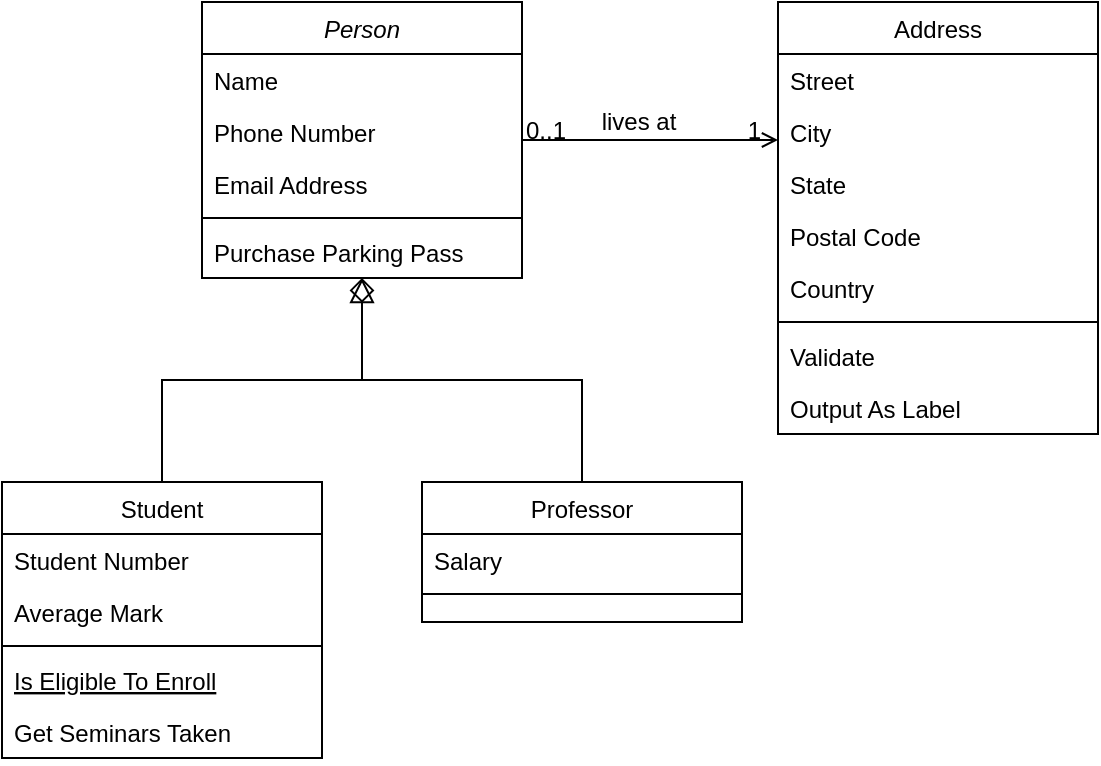
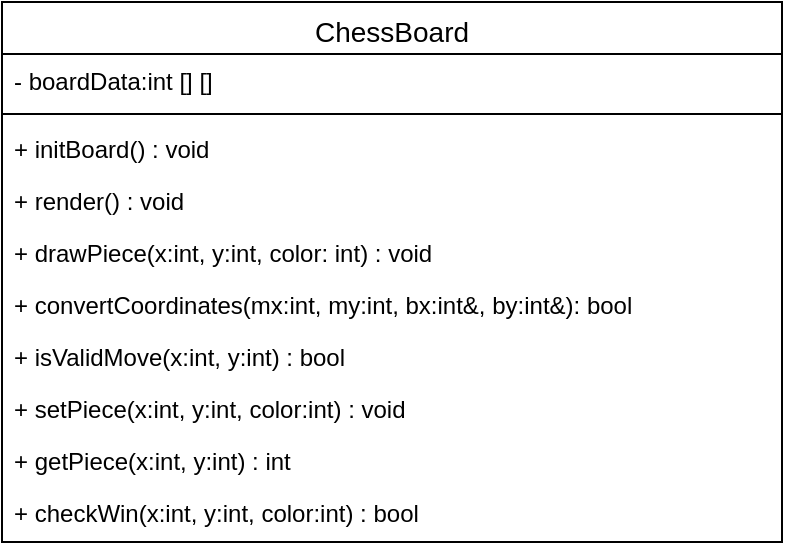
<mxfile host="app.diagrams.net">
  <diagram id="C5RBs43oDa-KdzZeNtuy" name="Page-1">
-     <mxGraphModel dx="1201" dy="825" grid="1" gridSize="10" guides="1" tooltips="1" connect="1" arrows="1" fold="1" page="1" pageScale="1" pageWidth="827" pageHeight="1169" math="0" shadow="0">
+     <mxGraphModel dx="816" dy="851" grid="1" gridSize="10" guides="1" tooltips="1" connect="1" arrows="1" fold="1" page="1" pageScale="1" pageWidth="827" pageHeight="1169" math="0" shadow="0">
      <root>
        <mxCell id="WIyWlLk6GJQsqaUBKTNV-0" />
        <mxCell id="WIyWlLk6GJQsqaUBKTNV-1" parent="WIyWlLk6GJQsqaUBKTNV-0" />
-         <mxCell id="zkfFHV4jXpPFQw0GAbJ--0" parent="WIyWlLk6GJQsqaUBKTNV-1" style="swimlane;fontStyle=2;align=center;verticalAlign=top;childLayout=stackLayout;horizontal=1;startSize=26;horizontalStack=0;resizeParent=1;resizeLast=0;collapsible=1;marginBottom=0;rounded=0;shadow=0;strokeWidth=1;" value="Person" vertex="1">
-           <mxGeometry height="138" width="160" x="220" y="120" as="geometry">
-             <mxRectangle height="26" width="160" x="230" y="140" as="alternateBounds" />
-           </mxGeometry>
-         </mxCell>
-         <mxCell id="zkfFHV4jXpPFQw0GAbJ--1" parent="zkfFHV4jXpPFQw0GAbJ--0" style="text;align=left;verticalAlign=top;spacingLeft=4;spacingRight=4;overflow=hidden;rotatable=0;points=[[0,0.5],[1,0.5]];portConstraint=eastwest;" value="Name" vertex="1">
-           <mxGeometry height="26" width="160" y="26" as="geometry" />
-         </mxCell>
-         <mxCell id="zkfFHV4jXpPFQw0GAbJ--2" parent="zkfFHV4jXpPFQw0GAbJ--0" style="text;align=left;verticalAlign=top;spacingLeft=4;spacingRight=4;overflow=hidden;rotatable=0;points=[[0,0.5],[1,0.5]];portConstraint=eastwest;rounded=0;shadow=0;html=0;" value="Phone Number" vertex="1">
-           <mxGeometry height="26" width="160" y="52" as="geometry" />
-         </mxCell>
-         <mxCell id="zkfFHV4jXpPFQw0GAbJ--3" parent="zkfFHV4jXpPFQw0GAbJ--0" style="text;align=left;verticalAlign=top;spacingLeft=4;spacingRight=4;overflow=hidden;rotatable=0;points=[[0,0.5],[1,0.5]];portConstraint=eastwest;rounded=0;shadow=0;html=0;" value="Email Address" vertex="1">
-           <mxGeometry height="26" width="160" y="78" as="geometry" />
-         </mxCell>
-         <mxCell id="zkfFHV4jXpPFQw0GAbJ--4" parent="zkfFHV4jXpPFQw0GAbJ--0" style="line;html=1;strokeWidth=1;align=left;verticalAlign=middle;spacingTop=-1;spacingLeft=3;spacingRight=3;rotatable=0;labelPosition=right;points=[];portConstraint=eastwest;" value="" vertex="1">
-           <mxGeometry height="8" width="160" y="104" as="geometry" />
-         </mxCell>
-         <mxCell id="zkfFHV4jXpPFQw0GAbJ--5" parent="zkfFHV4jXpPFQw0GAbJ--0" style="text;align=left;verticalAlign=top;spacingLeft=4;spacingRight=4;overflow=hidden;rotatable=0;points=[[0,0.5],[1,0.5]];portConstraint=eastwest;" value="Purchase Parking Pass" vertex="1">
-           <mxGeometry height="26" width="160" y="112" as="geometry" />
-         </mxCell>
-         <mxCell id="zkfFHV4jXpPFQw0GAbJ--6" parent="WIyWlLk6GJQsqaUBKTNV-1" style="swimlane;fontStyle=0;align=center;verticalAlign=top;childLayout=stackLayout;horizontal=1;startSize=26;horizontalStack=0;resizeParent=1;resizeLast=0;collapsible=1;marginBottom=0;rounded=0;shadow=0;strokeWidth=1;" value="Student" vertex="1">
-           <mxGeometry height="138" width="160" x="120" y="360" as="geometry">
+         <mxCell id="zkfFHV4jXpPFQw0GAbJ--6" parent="WIyWlLk6GJQsqaUBKTNV-1" style="swimlane;fontStyle=0;align=center;verticalAlign=top;childLayout=stackLayout;horizontal=1;startSize=26;horizontalStack=0;resizeParent=1;resizeLast=0;collapsible=1;marginBottom=0;rounded=0;shadow=0;strokeWidth=1;fontSize=14;" value="ChessBoard" vertex="1">
+           <mxGeometry height="270" width="390" x="120" y="360" as="geometry">
            <mxRectangle height="26" width="160" x="130" y="380" as="alternateBounds" />
          </mxGeometry>
        </mxCell>
-         <mxCell id="zkfFHV4jXpPFQw0GAbJ--7" parent="zkfFHV4jXpPFQw0GAbJ--6" style="text;align=left;verticalAlign=top;spacingLeft=4;spacingRight=4;overflow=hidden;rotatable=0;points=[[0,0.5],[1,0.5]];portConstraint=eastwest;" value="Student Number" vertex="1">
-           <mxGeometry height="26" width="160" y="26" as="geometry" />
-         </mxCell>
-         <mxCell id="zkfFHV4jXpPFQw0GAbJ--8" parent="zkfFHV4jXpPFQw0GAbJ--6" style="text;align=left;verticalAlign=top;spacingLeft=4;spacingRight=4;overflow=hidden;rotatable=0;points=[[0,0.5],[1,0.5]];portConstraint=eastwest;rounded=0;shadow=0;html=0;" value="Average Mark" vertex="1">
-           <mxGeometry height="26" width="160" y="52" as="geometry" />
+         <mxCell id="zkfFHV4jXpPFQw0GAbJ--7" parent="zkfFHV4jXpPFQw0GAbJ--6" style="text;align=left;verticalAlign=top;spacingLeft=4;spacingRight=4;overflow=hidden;rotatable=0;points=[[0,0.5],[1,0.5]];portConstraint=eastwest;" value="- boardData:int [] []" vertex="1">
+           <mxGeometry height="26" width="390" y="26" as="geometry" />
        </mxCell>
        <mxCell id="zkfFHV4jXpPFQw0GAbJ--9" parent="zkfFHV4jXpPFQw0GAbJ--6" style="line;html=1;strokeWidth=1;align=left;verticalAlign=middle;spacingTop=-1;spacingLeft=3;spacingRight=3;rotatable=0;labelPosition=right;points=[];portConstraint=eastwest;" value="" vertex="1">
-           <mxGeometry height="8" width="160" y="78" as="geometry" />
+           <mxGeometry height="8" width="390" y="52" as="geometry" />
        </mxCell>
-         <mxCell id="zkfFHV4jXpPFQw0GAbJ--10" parent="zkfFHV4jXpPFQw0GAbJ--6" style="text;align=left;verticalAlign=top;spacingLeft=4;spacingRight=4;overflow=hidden;rotatable=0;points=[[0,0.5],[1,0.5]];portConstraint=eastwest;fontStyle=4" value="Is Eligible To Enroll" vertex="1">
-           <mxGeometry height="26" width="160" y="86" as="geometry" />
+         <mxCell id="zkfFHV4jXpPFQw0GAbJ--11" parent="zkfFHV4jXpPFQw0GAbJ--6" style="text;align=left;verticalAlign=top;spacingLeft=4;spacingRight=4;overflow=hidden;rotatable=0;points=[[0,0.5],[1,0.5]];portConstraint=eastwest;" value="+ initBoard() : void" vertex="1">
+           <mxGeometry height="26" width="390" y="60" as="geometry" />
        </mxCell>
-         <mxCell id="zkfFHV4jXpPFQw0GAbJ--11" parent="zkfFHV4jXpPFQw0GAbJ--6" style="text;align=left;verticalAlign=top;spacingLeft=4;spacingRight=4;overflow=hidden;rotatable=0;points=[[0,0.5],[1,0.5]];portConstraint=eastwest;" value="Get Seminars Taken" vertex="1">
-           <mxGeometry height="26" width="160" y="112" as="geometry" />
+         <mxCell id="HBTNYWOR6v0eBRnPvMGi-2" parent="zkfFHV4jXpPFQw0GAbJ--6" style="text;align=left;verticalAlign=top;spacingLeft=4;spacingRight=4;overflow=hidden;rotatable=0;points=[[0,0.5],[1,0.5]];portConstraint=eastwest;" value="+ render() : void" vertex="1">
+           <mxGeometry height="26" width="390" y="86" as="geometry" />
        </mxCell>
-         <mxCell id="zkfFHV4jXpPFQw0GAbJ--12" edge="1" parent="WIyWlLk6GJQsqaUBKTNV-1" source="zkfFHV4jXpPFQw0GAbJ--6" style="endArrow=block;endSize=10;endFill=0;shadow=0;strokeWidth=1;rounded=0;curved=0;edgeStyle=elbowEdgeStyle;elbow=vertical;" target="zkfFHV4jXpPFQw0GAbJ--0" value="">
-           <mxGeometry relative="1" width="160" as="geometry">
-             <mxPoint x="200" y="203" as="sourcePoint" />
-             <mxPoint x="200" y="203" as="targetPoint" />
-           </mxGeometry>
+         <mxCell id="HBTNYWOR6v0eBRnPvMGi-3" parent="zkfFHV4jXpPFQw0GAbJ--6" style="text;align=left;verticalAlign=top;spacingLeft=4;spacingRight=4;overflow=hidden;rotatable=0;points=[[0,0.5],[1,0.5]];portConstraint=eastwest;" value="+ drawPiece(x:int, y:int, color: int) : void" vertex="1">
+           <mxGeometry height="26" width="390" y="112" as="geometry" />
        </mxCell>
-         <mxCell id="zkfFHV4jXpPFQw0GAbJ--13" parent="WIyWlLk6GJQsqaUBKTNV-1" style="swimlane;fontStyle=0;align=center;verticalAlign=top;childLayout=stackLayout;horizontal=1;startSize=26;horizontalStack=0;resizeParent=1;resizeLast=0;collapsible=1;marginBottom=0;rounded=0;shadow=0;strokeWidth=1;" value="Professor" vertex="1">
-           <mxGeometry height="70" width="160" x="330" y="360" as="geometry">
-             <mxRectangle height="26" width="170" x="340" y="380" as="alternateBounds" />
-           </mxGeometry>
+         <mxCell id="HBTNYWOR6v0eBRnPvMGi-4" parent="zkfFHV4jXpPFQw0GAbJ--6" style="text;align=left;verticalAlign=top;spacingLeft=4;spacingRight=4;overflow=hidden;rotatable=0;points=[[0,0.5],[1,0.5]];portConstraint=eastwest;" value="+ convertCoordinates(mx:int, my:int, bx:int&amp;, by:int&amp;): bool" vertex="1">
+           <mxGeometry height="26" width="390" y="138" as="geometry" />
        </mxCell>
-         <mxCell id="zkfFHV4jXpPFQw0GAbJ--14" parent="zkfFHV4jXpPFQw0GAbJ--13" style="text;align=left;verticalAlign=top;spacingLeft=4;spacingRight=4;overflow=hidden;rotatable=0;points=[[0,0.5],[1,0.5]];portConstraint=eastwest;" value="Salary" vertex="1">
-           <mxGeometry height="26" width="160" y="26" as="geometry" />
+         <mxCell id="HBTNYWOR6v0eBRnPvMGi-5" parent="zkfFHV4jXpPFQw0GAbJ--6" style="text;align=left;verticalAlign=top;spacingLeft=4;spacingRight=4;overflow=hidden;rotatable=0;points=[[0,0.5],[1,0.5]];portConstraint=eastwest;" value="+ isValidMove(x:int, y:int) : bool" vertex="1">
+           <mxGeometry height="26" width="390" y="164" as="geometry" />
        </mxCell>
-         <mxCell id="zkfFHV4jXpPFQw0GAbJ--15" parent="zkfFHV4jXpPFQw0GAbJ--13" style="line;html=1;strokeWidth=1;align=left;verticalAlign=middle;spacingTop=-1;spacingLeft=3;spacingRight=3;rotatable=0;labelPosition=right;points=[];portConstraint=eastwest;" value="" vertex="1">
-           <mxGeometry height="8" width="160" y="52" as="geometry" />
+         <mxCell id="HBTNYWOR6v0eBRnPvMGi-6" parent="zkfFHV4jXpPFQw0GAbJ--6" style="text;align=left;verticalAlign=top;spacingLeft=4;spacingRight=4;overflow=hidden;rotatable=0;points=[[0,0.5],[1,0.5]];portConstraint=eastwest;" value="+ setPiece(x:int, y:int, color:int) : void" vertex="1">
+           <mxGeometry height="26" width="390" y="190" as="geometry" />
        </mxCell>
-         <mxCell id="zkfFHV4jXpPFQw0GAbJ--16" edge="1" parent="WIyWlLk6GJQsqaUBKTNV-1" source="zkfFHV4jXpPFQw0GAbJ--13" style="endArrow=diamond;endSize=10;endFill=0;shadow=0;strokeWidth=1;rounded=0;curved=0;edgeStyle=elbowEdgeStyle;elbow=vertical;" target="zkfFHV4jXpPFQw0GAbJ--0" value="">
-           <mxGeometry relative="1" width="160" as="geometry">
-             <mxPoint x="210" y="373" as="sourcePoint" />
-             <mxPoint x="310" y="271" as="targetPoint" />
-           </mxGeometry>
+         <mxCell id="HBTNYWOR6v0eBRnPvMGi-7" parent="zkfFHV4jXpPFQw0GAbJ--6" style="text;align=left;verticalAlign=top;spacingLeft=4;spacingRight=4;overflow=hidden;rotatable=0;points=[[0,0.5],[1,0.5]];portConstraint=eastwest;" value="+ getPiece(x:int, y:int) : int" vertex="1">
+           <mxGeometry height="26" width="390" y="216" as="geometry" />
        </mxCell>
-         <mxCell id="zkfFHV4jXpPFQw0GAbJ--17" parent="WIyWlLk6GJQsqaUBKTNV-1" style="swimlane;fontStyle=0;align=center;verticalAlign=top;childLayout=stackLayout;horizontal=1;startSize=26;horizontalStack=0;resizeParent=1;resizeLast=0;collapsible=1;marginBottom=0;rounded=0;shadow=0;strokeWidth=1;" value="Address" vertex="1">
-           <mxGeometry height="216" width="160" x="508" y="120" as="geometry">
-             <mxRectangle height="26" width="160" x="550" y="140" as="alternateBounds" />
-           </mxGeometry>
-         </mxCell>
-         <mxCell id="zkfFHV4jXpPFQw0GAbJ--18" parent="zkfFHV4jXpPFQw0GAbJ--17" style="text;align=left;verticalAlign=top;spacingLeft=4;spacingRight=4;overflow=hidden;rotatable=0;points=[[0,0.5],[1,0.5]];portConstraint=eastwest;" value="Street" vertex="1">
-           <mxGeometry height="26" width="160" y="26" as="geometry" />
-         </mxCell>
-         <mxCell id="zkfFHV4jXpPFQw0GAbJ--19" parent="zkfFHV4jXpPFQw0GAbJ--17" style="text;align=left;verticalAlign=top;spacingLeft=4;spacingRight=4;overflow=hidden;rotatable=0;points=[[0,0.5],[1,0.5]];portConstraint=eastwest;rounded=0;shadow=0;html=0;" value="City" vertex="1">
-           <mxGeometry height="26" width="160" y="52" as="geometry" />
-         </mxCell>
-         <mxCell id="zkfFHV4jXpPFQw0GAbJ--20" parent="zkfFHV4jXpPFQw0GAbJ--17" style="text;align=left;verticalAlign=top;spacingLeft=4;spacingRight=4;overflow=hidden;rotatable=0;points=[[0,0.5],[1,0.5]];portConstraint=eastwest;rounded=0;shadow=0;html=0;" value="State" vertex="1">
-           <mxGeometry height="26" width="160" y="78" as="geometry" />
-         </mxCell>
-         <mxCell id="zkfFHV4jXpPFQw0GAbJ--21" parent="zkfFHV4jXpPFQw0GAbJ--17" style="text;align=left;verticalAlign=top;spacingLeft=4;spacingRight=4;overflow=hidden;rotatable=0;points=[[0,0.5],[1,0.5]];portConstraint=eastwest;rounded=0;shadow=0;html=0;" value="Postal Code" vertex="1">
-           <mxGeometry height="26" width="160" y="104" as="geometry" />
-         </mxCell>
-         <mxCell id="zkfFHV4jXpPFQw0GAbJ--22" parent="zkfFHV4jXpPFQw0GAbJ--17" style="text;align=left;verticalAlign=top;spacingLeft=4;spacingRight=4;overflow=hidden;rotatable=0;points=[[0,0.5],[1,0.5]];portConstraint=eastwest;rounded=0;shadow=0;html=0;" value="Country" vertex="1">
-           <mxGeometry height="26" width="160" y="130" as="geometry" />
-         </mxCell>
-         <mxCell id="zkfFHV4jXpPFQw0GAbJ--23" parent="zkfFHV4jXpPFQw0GAbJ--17" style="line;html=1;strokeWidth=1;align=left;verticalAlign=middle;spacingTop=-1;spacingLeft=3;spacingRight=3;rotatable=0;labelPosition=right;points=[];portConstraint=eastwest;" value="" vertex="1">
-           <mxGeometry height="8" width="160" y="156" as="geometry" />
-         </mxCell>
-         <mxCell id="zkfFHV4jXpPFQw0GAbJ--24" parent="zkfFHV4jXpPFQw0GAbJ--17" style="text;align=left;verticalAlign=top;spacingLeft=4;spacingRight=4;overflow=hidden;rotatable=0;points=[[0,0.5],[1,0.5]];portConstraint=eastwest;" value="Validate" vertex="1">
-           <mxGeometry height="26" width="160" y="164" as="geometry" />
-         </mxCell>
-         <mxCell id="zkfFHV4jXpPFQw0GAbJ--25" parent="zkfFHV4jXpPFQw0GAbJ--17" style="text;align=left;verticalAlign=top;spacingLeft=4;spacingRight=4;overflow=hidden;rotatable=0;points=[[0,0.5],[1,0.5]];portConstraint=eastwest;" value="Output As Label" vertex="1">
-           <mxGeometry height="26" width="160" y="190" as="geometry" />
-         </mxCell>
-         <mxCell id="zkfFHV4jXpPFQw0GAbJ--26" edge="1" parent="WIyWlLk6GJQsqaUBKTNV-1" source="zkfFHV4jXpPFQw0GAbJ--0" style="endArrow=open;shadow=0;strokeWidth=1;rounded=0;curved=0;endFill=1;edgeStyle=elbowEdgeStyle;elbow=vertical;" target="zkfFHV4jXpPFQw0GAbJ--17" value="">
-           <mxGeometry relative="1" x="0.5" y="41" as="geometry">
-             <mxPoint x="-40" y="32" as="offset" />
-             <mxPoint x="380" y="192" as="sourcePoint" />
-             <mxPoint x="540" y="192" as="targetPoint" />
-           </mxGeometry>
-         </mxCell>
-         <mxCell id="zkfFHV4jXpPFQw0GAbJ--27" connectable="0" parent="zkfFHV4jXpPFQw0GAbJ--26" style="resizable=0;align=left;verticalAlign=bottom;labelBackgroundColor=none;fontSize=12;" value="0..1" vertex="1">
-           <mxGeometry relative="1" x="-1" as="geometry">
-             <mxPoint y="4" as="offset" />
-           </mxGeometry>
-         </mxCell>
-         <mxCell id="zkfFHV4jXpPFQw0GAbJ--28" connectable="0" parent="zkfFHV4jXpPFQw0GAbJ--26" style="resizable=0;align=right;verticalAlign=bottom;labelBackgroundColor=none;fontSize=12;" value="1" vertex="1">
-           <mxGeometry relative="1" x="1" as="geometry">
-             <mxPoint x="-7" y="4" as="offset" />
-           </mxGeometry>
-         </mxCell>
-         <mxCell id="zkfFHV4jXpPFQw0GAbJ--29" connectable="0" parent="zkfFHV4jXpPFQw0GAbJ--26" style="text;html=1;resizable=0;points=[];;align=center;verticalAlign=middle;labelBackgroundColor=none;rounded=0;shadow=0;strokeWidth=1;fontSize=12;" value="lives at" vertex="1">
-           <mxGeometry relative="1" x="0.5" y="49" as="geometry">
-             <mxPoint x="-38" y="40" as="offset" />
-           </mxGeometry>
+         <mxCell id="HBTNYWOR6v0eBRnPvMGi-8" parent="zkfFHV4jXpPFQw0GAbJ--6" style="text;align=left;verticalAlign=top;spacingLeft=4;spacingRight=4;overflow=hidden;rotatable=0;points=[[0,0.5],[1,0.5]];portConstraint=eastwest;" value="+ checkWin(x:int, y:int, color:int) : bool" vertex="1">
+           <mxGeometry height="26" width="390" y="242" as="geometry" />
        </mxCell>
      </root>
    </mxGraphModel>
  </diagram>
</mxfile>
